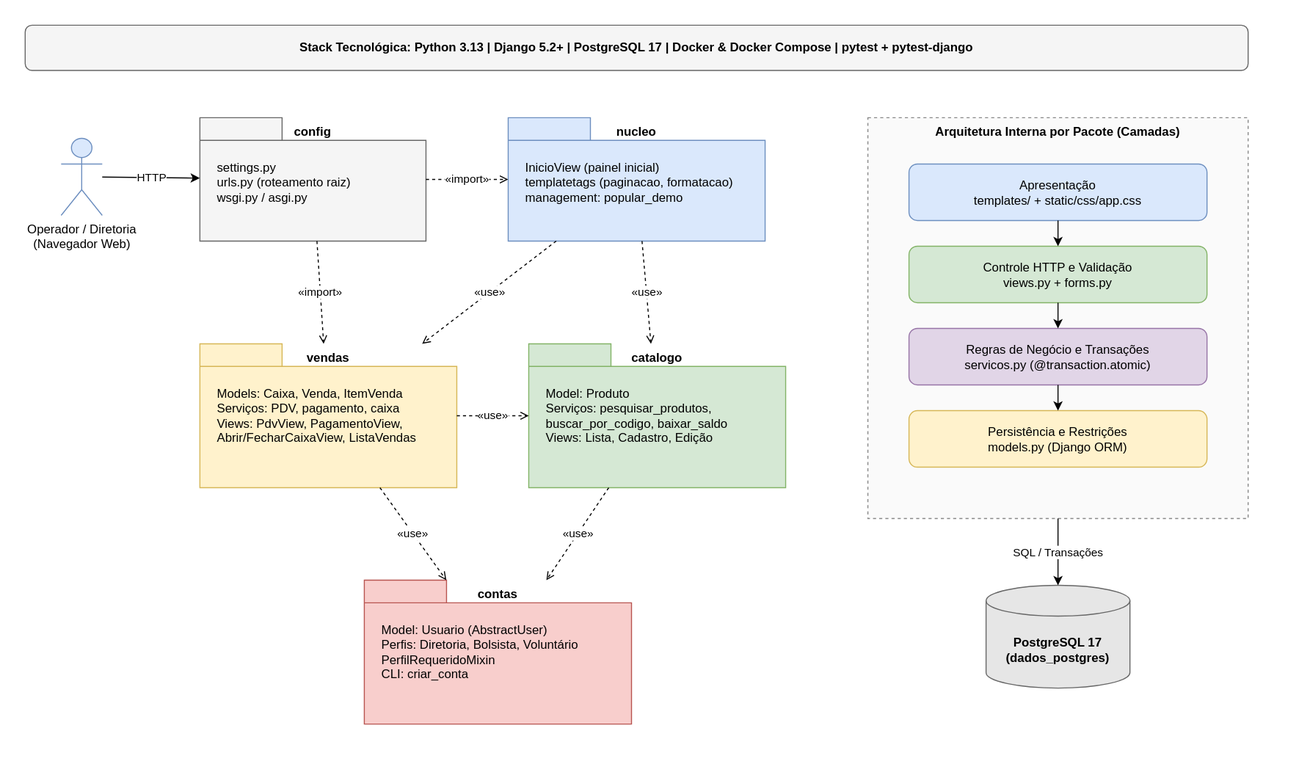
The draw.io diagram docs/diagramas/diagrama_de_pacotes.drawio.svg in PedroGasparetto/sistema-dacomp, before a commit. Source tidied: cells renumbered, new cells last; positions are measured from the earlier drawing's top-left corner, leaving out a move shared by most shapes.
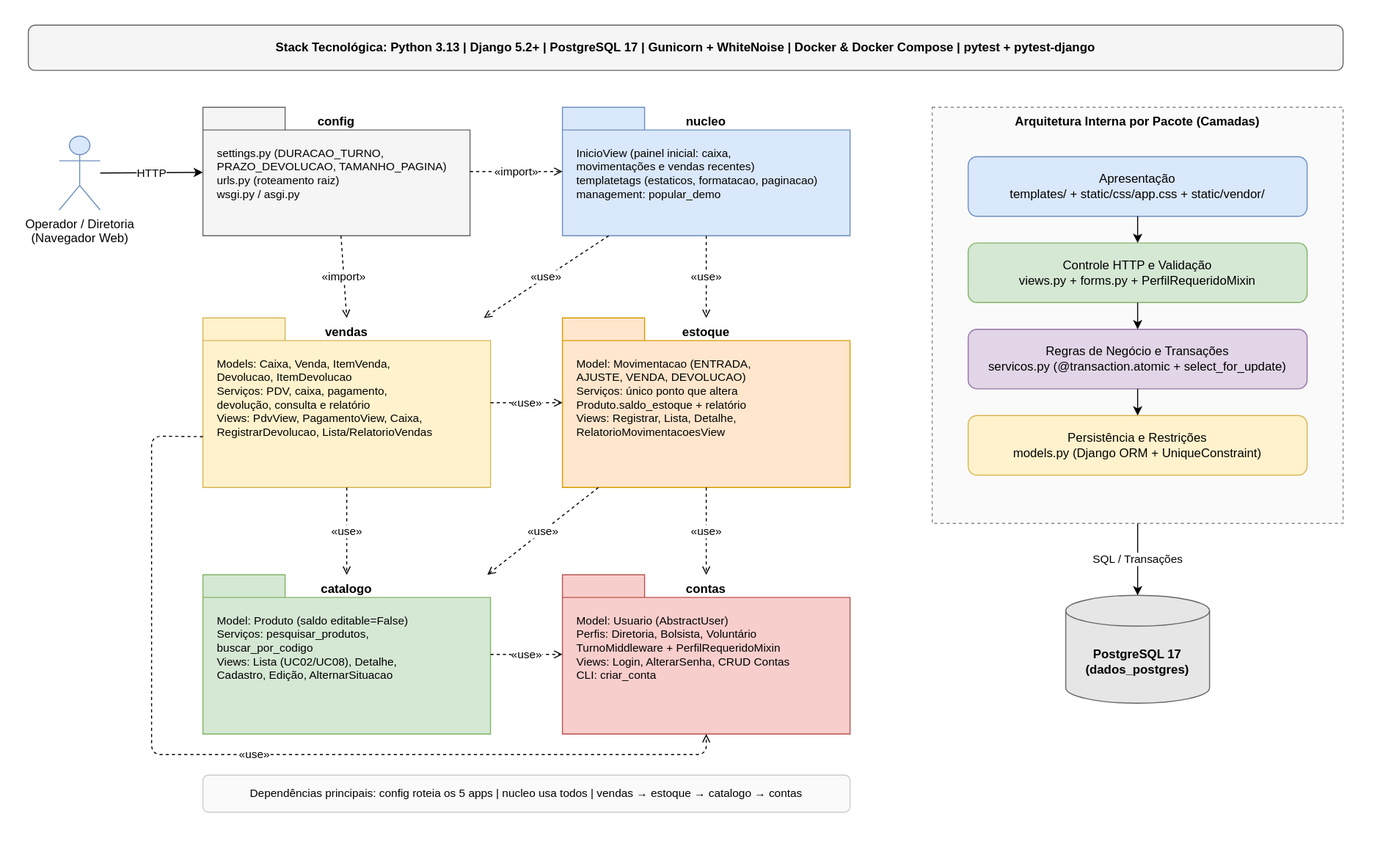
The same diagram one commit later.

Change to the diagram source:
```diff
@@ -1,57 +1,66 @@
-<mxGraphModel>
+<mxGraphModel background="#ffffff">
   <root>
     <mxCell id="0" />
     <mxCell id="1" parent="0" />
-    <mxCell id="2" value="Stack Tecnológica: Python 3.13  |  Django 5.2+  |  PostgreSQL 17  |  Docker &amp; Docker Compose  |  pytest + pytest-django" style="rounded=1;whiteSpace=wrap;html=1;fillColor=#f5f5f5;strokeColor=#666666;fontStyle=1;fontSize=12;" parent="1" vertex="1">
-      <mxGeometry width="1190" height="44" as="geometry" />
+    <mxCell id="2" value="Stack Tecnológica: Python 3.13  |  Django 5.2+  |  PostgreSQL 17  |  Gunicorn + WhiteNoise  |  Docker &amp; Docker Compose  |  pytest + pytest-django" style="rounded=1;whiteSpace=wrap;html=1;fillColor=#f5f5f5;strokeColor=#666666;fontStyle=1;fontSize=12;" parent="1" vertex="1">
+      <mxGeometry width="1280" height="44" as="geometry" />
     </mxCell>
     <mxCell id="3" value="Operador / Diretoria&#10;(Navegador Web)" style="shape=umlActor;verticalLabelPosition=bottom;verticalAlign=top;html=1;outlineConnect=0;fillColor=#dae8fc;strokeColor=#6c8ebf;" parent="1" vertex="1">
-      <mxGeometry x="35" y="110" width="40" height="75" as="geometry" />
+      <mxGeometry x="30" y="108" width="40" height="72" as="geometry" />
     </mxCell>
     <mxCell id="4" value="config" style="shape=folder;tabWidth=80;tabHeight=22;tabPosition=left;html=1;whiteSpace=wrap;verticalAlign=top;fontStyle=1;fillColor=#f5f5f5;strokeColor=#666666;" parent="1" vertex="1">
-      <mxGeometry x="170" y="90" width="220" height="120" as="geometry" />
+      <mxGeometry x="170" y="80" width="260" height="125" as="geometry" />
     </mxCell>
-    <mxCell id="5" value="settings.py&#10;urls.py (roteamento raiz)&#10;wsgi.py / asgi.py" style="text;html=1;align=left;verticalAlign=top;whiteSpace=wrap;fillColor=none;strokeColor=none;" parent="1" vertex="1">
-      <mxGeometry x="185" y="125" width="190" height="70" as="geometry" />
+    <mxCell id="5" value="settings.py (DURACAO_TURNO,&#10;  PRAZO_DEVOLUCAO, TAMANHO_PAGINA)&#10;urls.py (roteamento raiz)&#10;wsgi.py / asgi.py" style="text;html=1;align=left;verticalAlign=top;whiteSpace=wrap;fillColor=none;strokeColor=none;fontSize=11;" parent="1" vertex="1">
+      <mxGeometry x="182" y="112" width="240" height="85" as="geometry" />
     </mxCell>
     <mxCell id="6" value="nucleo" style="shape=folder;tabWidth=80;tabHeight=22;tabPosition=left;html=1;whiteSpace=wrap;verticalAlign=top;fontStyle=1;fillColor=#dae8fc;strokeColor=#6c8ebf;" parent="1" vertex="1">
-      <mxGeometry x="470" y="90" width="250" height="120" as="geometry" />
+      <mxGeometry x="520" y="80" width="280" height="125" as="geometry" />
     </mxCell>
-    <mxCell id="7" value="InicioView (painel inicial)&#10;templatetags (paginacao, formatacao)&#10;management: popular_demo" style="text;html=1;align=left;verticalAlign=top;whiteSpace=wrap;fillColor=none;strokeColor=none;" parent="1" vertex="1">
-      <mxGeometry x="485" y="125" width="220" height="70" as="geometry" />
+    <mxCell id="7" value="InicioView (painel inicial: caixa,&#10;  movimentações e vendas recentes)&#10;templatetags (estaticos, formatacao, paginacao)&#10;management: popular_demo" style="text;html=1;align=left;verticalAlign=top;whiteSpace=wrap;fillColor=none;strokeColor=none;fontSize=11;" parent="1" vertex="1">
+      <mxGeometry x="532" y="112" width="260" height="85" as="geometry" />
     </mxCell>
     <mxCell id="8" value="vendas" style="shape=folder;tabWidth=80;tabHeight=22;tabPosition=left;html=1;whiteSpace=wrap;verticalAlign=top;fontStyle=1;fillColor=#fff2cc;strokeColor=#d6b656;" parent="1" vertex="1">
-      <mxGeometry x="170" y="310" width="250" height="140" as="geometry" />
+      <mxGeometry x="170" y="285" width="280" height="165" as="geometry" />
     </mxCell>
-    <mxCell id="9" value="Models: Caixa, Venda, ItemVenda&#10;Serviços: PDV, pagamento, caixa&#10;Views: PdvView, PagamentoView,&#10;Abrir/FecharCaixaView, ListaVendas" style="text;html=1;align=left;verticalAlign=top;whiteSpace=wrap;fillColor=none;strokeColor=none;" parent="1" vertex="1">
-      <mxGeometry x="185" y="345" width="225" height="90" as="geometry" />
+    <mxCell id="9" value="Models: Caixa, Venda, ItemVenda,&#10;  Devolucao, ItemDevolucao&#10;Serviços: PDV, caixa, pagamento,&#10;  devolução, consulta e relatório&#10;Views: PdvView, PagamentoView, Caixa,&#10;  RegistrarDevolucao, Lista/RelatorioVendas" style="text;html=1;align=left;verticalAlign=top;whiteSpace=wrap;fillColor=none;strokeColor=none;fontSize=11;" parent="1" vertex="1">
+      <mxGeometry x="182" y="317" width="260" height="125" as="geometry" />
     </mxCell>
+    <mxCell id="32" value="estoque" style="shape=folder;tabWidth=80;tabHeight=22;tabPosition=left;html=1;whiteSpace=wrap;verticalAlign=top;fontStyle=1;fillColor=#ffe6cc;strokeColor=#d79b00;" parent="1" vertex="1">
+      <mxGeometry x="520" y="285" width="280" height="165" as="geometry" />
+    </mxCell>
+    <mxCell id="33" value="Model: Movimentacao (ENTRADA,&#10;  AJUSTE, VENDA, DEVOLUCAO)&#10;Serviços: único ponto que altera&#10;  Produto.saldo_estoque + relatório&#10;Views: Registrar, Lista, Detalhe,&#10;  RelatorioMovimentacoesView" style="text;html=1;align=left;verticalAlign=top;whiteSpace=wrap;fillColor=none;strokeColor=none;fontSize=11;" parent="1" vertex="1">
+      <mxGeometry x="532" y="317" width="260" height="125" as="geometry" />
+    </mxCell>
     <mxCell id="10" value="catalogo" style="shape=folder;tabWidth=80;tabHeight=22;tabPosition=left;html=1;whiteSpace=wrap;verticalAlign=top;fontStyle=1;fillColor=#d5e8d4;strokeColor=#82b366;" parent="1" vertex="1">
-      <mxGeometry x="490" y="310" width="250" height="140" as="geometry" />
+      <mxGeometry x="170" y="535" width="280" height="155" as="geometry" />
     </mxCell>
-    <mxCell id="11" value="Model: Produto&#10;Serviços: pesquisar_produtos,&#10;buscar_por_codigo, baixar_saldo&#10;Views: Lista, Cadastro, Edição" style="text;html=1;align=left;verticalAlign=top;whiteSpace=wrap;fillColor=none;strokeColor=none;" parent="1" vertex="1">
-      <mxGeometry x="505" y="345" width="225" height="90" as="geometry" />
+    <mxCell id="11" value="Model: Produto (saldo editable=False)&#10;Serviços: pesquisar_produtos,&#10;  buscar_por_codigo&#10;Views: Lista (UC02/UC08), Detalhe,&#10;  Cadastro, Edição, AlternarSituacao" style="text;html=1;align=left;verticalAlign=top;whiteSpace=wrap;fillColor=none;strokeColor=none;fontSize=11;" parent="1" vertex="1">
+      <mxGeometry x="182" y="567" width="260" height="115" as="geometry" />
     </mxCell>
     <mxCell id="12" value="contas" style="shape=folder;tabWidth=80;tabHeight=22;tabPosition=left;html=1;whiteSpace=wrap;verticalAlign=top;fontStyle=1;fillColor=#f8cecc;strokeColor=#b85450;" parent="1" vertex="1">
-      <mxGeometry x="330" y="540" width="260" height="140" as="geometry" />
+      <mxGeometry x="520" y="535" width="280" height="155" as="geometry" />
     </mxCell>
-    <mxCell id="13" value="Model: Usuario (AbstractUser)&#10;Perfis: Diretoria, Bolsista, Voluntário&#10;PerfilRequeridoMixin&#10;CLI: criar_conta" style="text;html=1;align=left;verticalAlign=top;whiteSpace=wrap;fillColor=none;strokeColor=none;" parent="1" vertex="1">
-      <mxGeometry x="345" y="575" width="235" height="90" as="geometry" />
+    <mxCell id="13" value="Model: Usuario (AbstractUser)&#10;Perfis: Diretoria, Bolsista, Voluntário&#10;TurnoMiddleware + PerfilRequeridoMixin&#10;Views: Login, AlterarSenha, CRUD Contas&#10;CLI: criar_conta" style="text;html=1;align=left;verticalAlign=top;whiteSpace=wrap;fillColor=none;strokeColor=none;fontSize=11;" parent="1" vertex="1">
+      <mxGeometry x="532" y="567" width="260" height="115" as="geometry" />
     </mxCell>
+    <mxCell id="34" value="Dependências principais: config roteia os 5 apps  |  nucleo usa todos  |  vendas → estoque → catalogo → contas" style="rounded=1;whiteSpace=wrap;html=1;fillColor=#fafafa;strokeColor=#cccccc;fontSize=11;" parent="1" vertex="1">
+      <mxGeometry x="170" y="730" width="630" height="36" as="geometry" />
+    </mxCell>
     <mxCell id="14" value="Arquitetura Interna por Pacote (Camadas)" style="rounded=0;whiteSpace=wrap;html=1;verticalAlign=top;fontStyle=1;dashed=1;fillColor=#fafafa;strokeColor=#888888;" parent="1" vertex="1">
-      <mxGeometry x="820" y="90" width="370" height="390" as="geometry" />
+      <mxGeometry x="880" y="80" width="400" height="405" as="geometry" />
     </mxCell>
-    <mxCell id="15" value="Apresentação&#10;templates/ + static/css/app.css" style="rounded=1;whiteSpace=wrap;html=1;fillColor=#dae8fc;strokeColor=#6c8ebf;" parent="1" vertex="1">
-      <mxGeometry x="860" y="135" width="290" height="55" as="geometry" />
+    <mxCell id="15" value="Apresentação&#10;templates/ + static/css/app.css + static/vendor/" style="rounded=1;whiteSpace=wrap;html=1;fillColor=#dae8fc;strokeColor=#6c8ebf;" parent="1" vertex="1">
+      <mxGeometry x="915" y="128" width="330" height="58" as="geometry" />
     </mxCell>
-    <mxCell id="16" value="Controle HTTP e Validação&#10;views.py + forms.py" style="rounded=1;whiteSpace=wrap;html=1;fillColor=#d5e8d4;strokeColor=#82b366;" parent="1" vertex="1">
-      <mxGeometry x="860" y="215" width="290" height="55" as="geometry" />
+    <mxCell id="16" value="Controle HTTP e Validação&#10;views.py + forms.py + PerfilRequeridoMixin" style="rounded=1;whiteSpace=wrap;html=1;fillColor=#d5e8d4;strokeColor=#82b366;" parent="1" vertex="1">
+      <mxGeometry x="915" y="212" width="330" height="58" as="geometry" />
     </mxCell>
-    <mxCell id="17" value="Regras de Negócio e Transações&#10;servicos.py (@transaction.atomic)" style="rounded=1;whiteSpace=wrap;html=1;fillColor=#e1d5e7;strokeColor=#9673a6;" parent="1" vertex="1">
-      <mxGeometry x="860" y="295" width="290" height="55" as="geometry" />
+    <mxCell id="17" value="Regras de Negócio e Transações&#10;servicos.py (@transaction.atomic + select_for_update)" style="rounded=1;whiteSpace=wrap;html=1;fillColor=#e1d5e7;strokeColor=#9673a6;" parent="1" vertex="1">
+      <mxGeometry x="915" y="296" width="330" height="58" as="geometry" />
     </mxCell>
-    <mxCell id="18" value="Persistência e Restrições&#10;models.py (Django ORM)" style="rounded=1;whiteSpace=wrap;html=1;fillColor=#fff2cc;strokeColor=#d6b656;" parent="1" vertex="1">
-      <mxGeometry x="860" y="375" width="290" height="55" as="geometry" />
+    <mxCell id="18" value="Persistência e Restrições&#10;models.py (Django ORM + UniqueConstraint)" style="rounded=1;whiteSpace=wrap;html=1;fillColor=#fff2cc;strokeColor=#d6b656;" parent="1" vertex="1">
+      <mxGeometry x="915" y="380" width="330" height="58" as="geometry" />
     </mxCell>
     <mxCell id="19" style="endArrow=classic;html=1;" parent="1" edge="1" source="15" target="16">
       <mxGeometry relative="1" as="geometry" />
@@ -63,7 +72,7 @@
       <mxGeometry relative="1" as="geometry" />
     </mxCell>
     <mxCell id="22" value="PostgreSQL 17&#10;(dados_postgres)" style="shape=cylinder3;whiteSpace=wrap;html=1;boundedLbl=1;backgroundOutline=1;size=15;fillColor=#e6e6e6;strokeColor=#666666;fontStyle=1;" parent="1" vertex="1">
-      <mxGeometry x="935" y="545" width="140" height="100" as="geometry" />
+      <mxGeometry x="1010" y="555" width="140" height="105" as="geometry" />
     </mxCell>
     <mxCell id="23" value="SQL / Transações" style="endArrow=classic;html=1;labelBackgroundColor=#ffffff;" parent="1" edge="1" source="14" target="22">
       <mxGeometry relative="1" as="geometry" />
@@ -74,23 +83,38 @@
     <mxCell id="25" value="«import»" style="dashed=1;endArrow=open;endFill=0;html=1;labelBackgroundColor=#ffffff;" parent="1" edge="1" source="4" target="6">
       <mxGeometry relative="1" as="geometry" />
     </mxCell>
-    <mxCell id="26" value="«import»" style="dashed=1;endArrow=open;endFill=0;html=1;labelBackgroundColor=#ffffff;" parent="1" edge="1" source="4" target="8">
+    <mxCell id="26" value="«import»" style="dashed=1;endArrow=open;endFill=0;html=1;labelBackgroundColor=#ffffff;entryX=0.5;entryY=0.133;entryDx=0;entryDy=0;" parent="1" edge="1" source="4" target="8">
       <mxGeometry relative="1" as="geometry" />
     </mxCell>
-    <mxCell id="27" value="«use»" style="dashed=1;endArrow=open;endFill=0;html=1;labelBackgroundColor=#ffffff;" parent="1" edge="1" source="6" target="8">
+    <mxCell id="27" value="«use»" style="dashed=1;endArrow=open;endFill=0;html=1;labelBackgroundColor=#ffffff;entryX=0.85;entryY=0.133;entryDx=0;entryDy=0;" parent="1" edge="1" source="6" target="8">
       <mxGeometry relative="1" as="geometry" />
     </mxCell>
+    <mxCell id="35" value="«use»" style="dashed=1;endArrow=open;endFill=0;html=1;labelBackgroundColor=#ffffff;entryX=0.5;entryY=0.133;entryDx=0;entryDy=0;" parent="1" edge="1" source="6" target="32">
+      <mxGeometry relative="1" as="geometry" />
+    </mxCell>
-    <mxCell id="28" value="«use»" style="dashed=1;endArrow=open;endFill=0;html=1;labelBackgroundColor=#ffffff;" parent="1" edge="1" source="6" target="10">
+    <mxCell id="28" value="«use»" style="dashed=1;endArrow=open;endFill=0;html=1;labelBackgroundColor=#ffffff;" parent="1" edge="1" source="8" target="32">
       <mxGeometry relative="1" as="geometry" />
     </mxCell>
-    <mxCell id="29" value="«use»" style="dashed=1;endArrow=open;endFill=0;html=1;labelBackgroundColor=#ffffff;" parent="1" edge="1" source="8" target="10">
+    <mxCell id="29" value="«use»" style="dashed=1;endArrow=open;endFill=0;html=1;labelBackgroundColor=#ffffff;entryX=0.5;entryY=0.142;entryDx=0;entryDy=0;" parent="1" edge="1" source="8" target="10">
       <mxGeometry relative="1" as="geometry" />
     </mxCell>
+    <mxCell id="36" value="«use»" style="dashed=1;endArrow=open;endFill=0;html=1;labelBackgroundColor=#ffffff;entryX=0.85;entryY=0.142;entryDx=0;entryDy=0;" parent="1" edge="1" source="32" target="10">
+      <mxGeometry relative="1" as="geometry" />
+    </mxCell>
+    <mxCell id="37" value="«use»" style="dashed=1;endArrow=open;endFill=0;html=1;labelBackgroundColor=#ffffff;entryX=0.5;entryY=0.142;entryDx=0;entryDy=0;" parent="1" edge="1" source="32" target="12">
+      <mxGeometry relative="1" as="geometry" />
+    </mxCell>
+    <mxCell id="31" value="«use»" style="dashed=1;endArrow=open;endFill=0;html=1;labelBackgroundColor=#ffffff;" parent="1" edge="1" source="10" target="12">
+      <mxGeometry relative="1" as="geometry" />
+    </mxCell>
-    <mxCell id="30" value="«use»" style="dashed=1;endArrow=open;endFill=0;html=1;labelBackgroundColor=#ffffff;" parent="1" edge="1" source="8" target="12">
-      <mxGeometry relative="1" as="geometry" />
+    <mxCell id="30" value="«use»" style="dashed=1;endArrow=open;endFill=0;html=1;labelBackgroundColor=#ffffff;exitX=0;exitY=0.7;entryX=0.5;entryY=1;" parent="1" edge="1" source="8" target="12">
+      <mxGeometry relative="1" as="geometry">
+        <Array as="points">
+          <mxPoint x="120" y="400" />
+          <mxPoint x="120" y="710" />
+          <mxPoint x="660" y="710" />
+        </Array>
+      </mxGeometry>
     </mxCell>
-    <mxCell id="31" value="«use»" style="dashed=1;endArrow=open;endFill=0;html=1;labelBackgroundColor=#ffffff;" parent="1" edge="1" source="10" target="12">
-      <mxGeometry relative="1" as="geometry" />
-    </mxCell>
   </root>
 </mxGraphModel>
```
